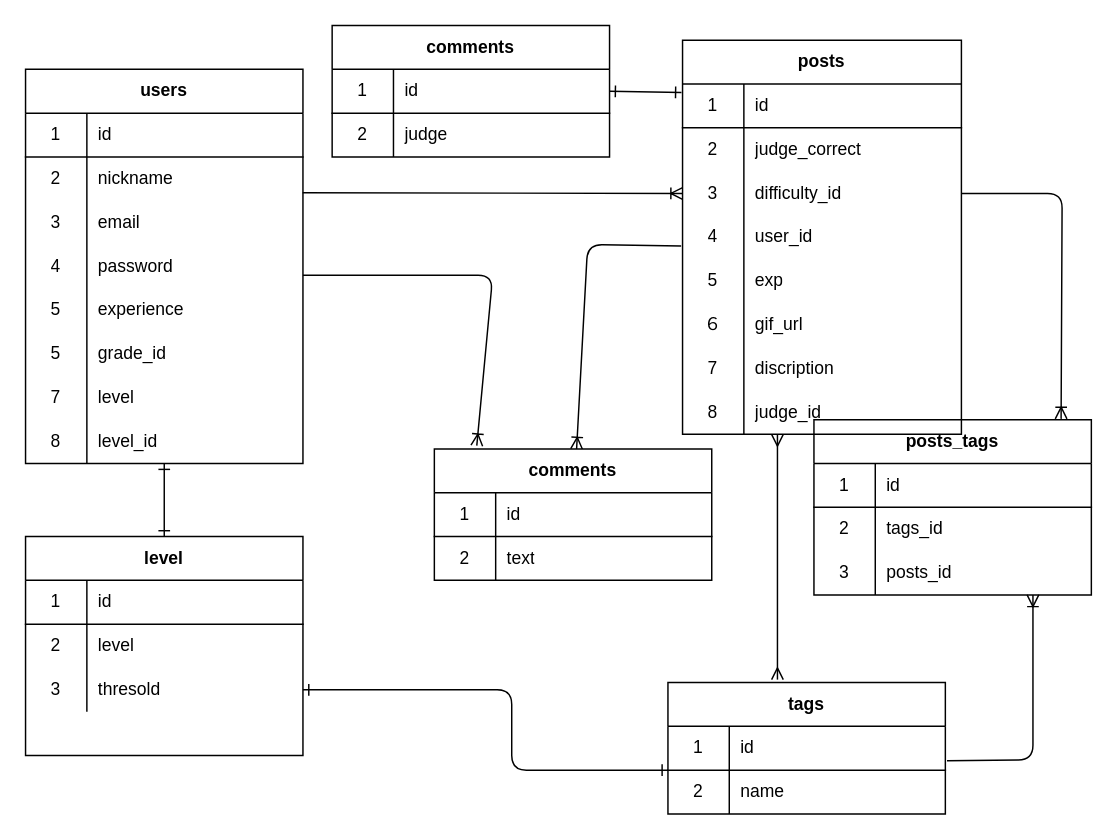
magatamaamagata/kendo_ippon keeps this draw.io diagram as db.dio. Above is the earlier version. Source tidied: cells renumbered, new cells numbered last; positions are measured from the earlier drawing's top-left corner, leaving out a move shared by most shapes. Both pictures are drawn from the tidied source at 146%, with x=0, y=0 at pixel (25, 25).
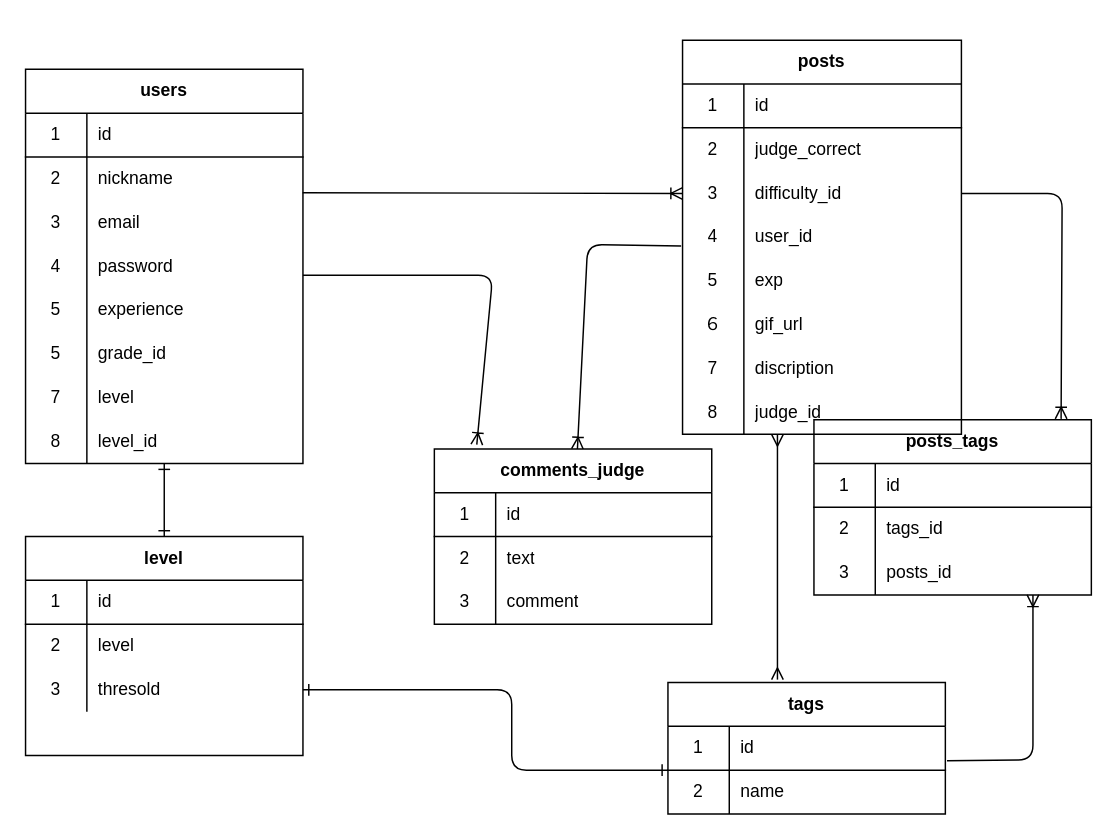
The same page after the edit.

Commit message (it also covers changes not shown here):
Make judge view

Unchanged cells that the change refers to:
```xml
<mxCell id="47" style="shape=partialRectangle;html=1;whiteSpace=wrap;fillColor=none;top=0;left=0;bottom=1;right=0;points=[[0,0.5],[1,0.5]];portConstraint=eastwest;" parent="46" vertex="1">
  <mxGeometry y="30" width="191" height="30" as="geometry" />
</mxCell>
```

Change to the diagram source:
```diff
@@
-    <mxCell id="87" value="comments" style="shape=table;html=1;whiteSpace=wrap;startSize=30;childLayout=tableLayout;rowLines=0;fontStyle=1;align=center;" parent="1" vertex="1">
-      <mxGeometry x="280" y="290" width="190" height="90" as="geometry" />
+    <mxCell id="87" value="comments_judge" style="shape=table;html=1;whiteSpace=wrap;startSize=30;childLayout=tableLayout;rowLines=0;fontStyle=1;align=center;" parent="1" vertex="1">
+      <mxGeometry x="280" y="290" width="190" height="120" as="geometry" />
     </mxCell>
@@
-    <mxCell id="94" style="endArrow=ERone;html=1;endFill=0;startArrow=ERone;startFill=0;exitX=-0.004;exitY=0.193;exitDx=0;exitDy=0;exitPerimeter=0;entryX=1;entryY=0.5;entryDx=0;entryDy=0;" parent="1" edge="1" source="47" target="96">
-      <mxGeometry relative="1" as="geometry" />
-    </mxCell>
-    <mxCell id="95" value="comments" style="shape=table;html=1;whiteSpace=wrap;startSize=30;childLayout=tableLayout;rowLines=0;fontStyle=1;align=center;" parent="1" vertex="1">
-      <mxGeometry x="210" width="190" height="90" as="geometry" />
-    </mxCell>
-    <mxCell id="96" style="shape=partialRectangle;html=1;whiteSpace=wrap;fillColor=none;top=0;left=0;bottom=1;right=0;points=[[0,0.5],[1,0.5]];portConstraint=eastwest;" parent="95" vertex="1">
-      <mxGeometry y="30" width="190" height="30" as="geometry" />
-    </mxCell>
-    <mxCell id="97" value="1" style="shape=partialRectangle;html=1;whiteSpace=wrap;fillColor=none;top=0;left=0;bottom=0;right=0;overflow=hidden;" parent="96" vertex="1">
-      <mxGeometry width="42" height="30" as="geometry" />
-    </mxCell>
-    <mxCell id="98" value="id" style="shape=partialRectangle;html=1;whiteSpace=wrap;fillColor=none;top=0;left=0;bottom=0;right=0;align=left;spacingLeft=6;overflow=hidden;" parent="96" vertex="1">
-      <mxGeometry x="42" width="148" height="30" as="geometry" />
-    </mxCell>
-    <mxCell id="99" style="shape=partialRectangle;html=1;whiteSpace=wrap;fillColor=none;top=0;left=0;bottom=0;right=0;" parent="95" vertex="1">
-      <mxGeometry y="60" width="190" height="30" as="geometry" />
-    </mxCell>
-    <mxCell id="100" value="2" style="shape=partialRectangle;html=1;whiteSpace=wrap;fillColor=none;top=0;left=0;bottom=0;right=0;overflow=hidden;" parent="99" vertex="1">
-      <mxGeometry width="42" height="30" as="geometry" />
-    </mxCell>
-    <mxCell id="101" value="judge" style="shape=partialRectangle;html=1;whiteSpace=wrap;fillColor=none;top=0;left=0;bottom=0;right=0;align=left;spacingLeft=6;overflow=hidden;" parent="99" vertex="1">
-      <mxGeometry x="42" width="148" height="30" as="geometry" />
-    </mxCell>
+    <mxCell id="102" style="shape=partialRectangle;html=1;whiteSpace=wrap;fillColor=none;top=0;left=0;bottom=0;right=0;" parent="87" vertex="1">
+      <mxGeometry y="90" width="190" height="30" as="geometry" />
+    </mxCell>
+    <mxCell id="103" value="3" style="shape=partialRectangle;html=1;whiteSpace=wrap;fillColor=none;top=0;left=0;bottom=0;right=0;overflow=hidden;" parent="102" vertex="1">
+      <mxGeometry width="42" height="30" as="geometry" />
+    </mxCell>
+    <mxCell id="104" value="comment" style="shape=partialRectangle;html=1;whiteSpace=wrap;fillColor=none;top=0;left=0;bottom=0;right=0;align=left;spacingLeft=6;overflow=hidden;" parent="102" vertex="1">
+      <mxGeometry x="42" width="148" height="30" as="geometry" />
+    </mxCell>
```
